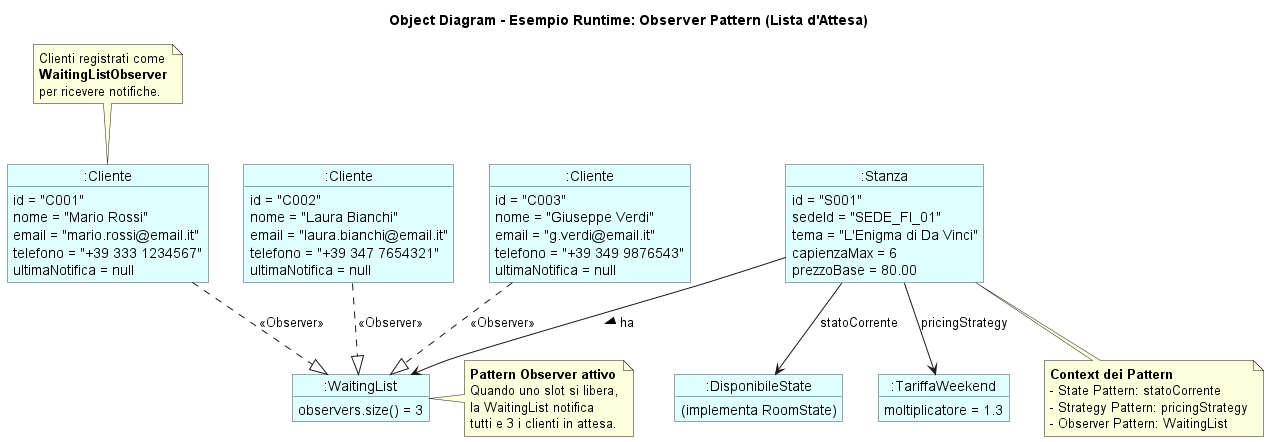
Adrycasta04/EscapeManager keeps this PlantUML diagram as LaTeX/images/fig_3_6_object_diagram.png. Above is the earlier version.
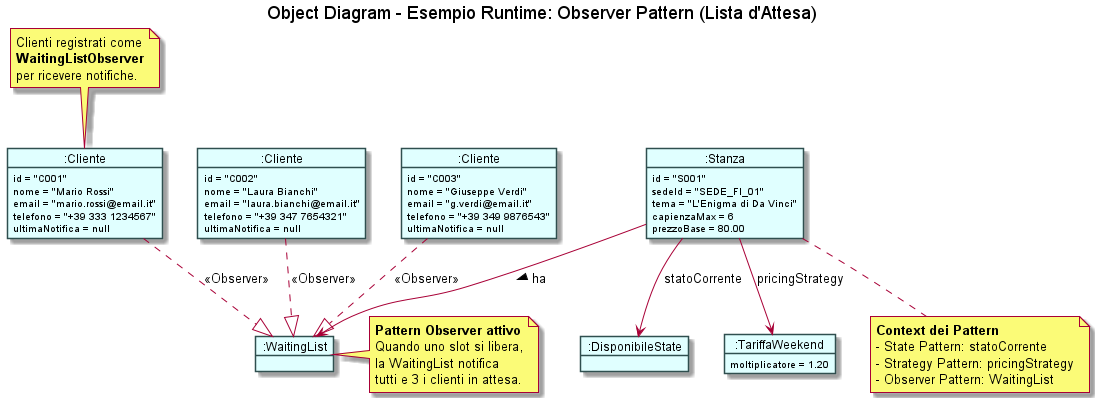
The same diagram one commit later.

What changed in the source:
```diff
@@ -45,7 +45,7 @@
 }
 
 object ":TariffaWeekend" as strategy {
-    moltiplicatore = 1.3
+    moltiplicatore = 1.20
 }
 
 c1 ..|> wl : <<Observer>>
```
